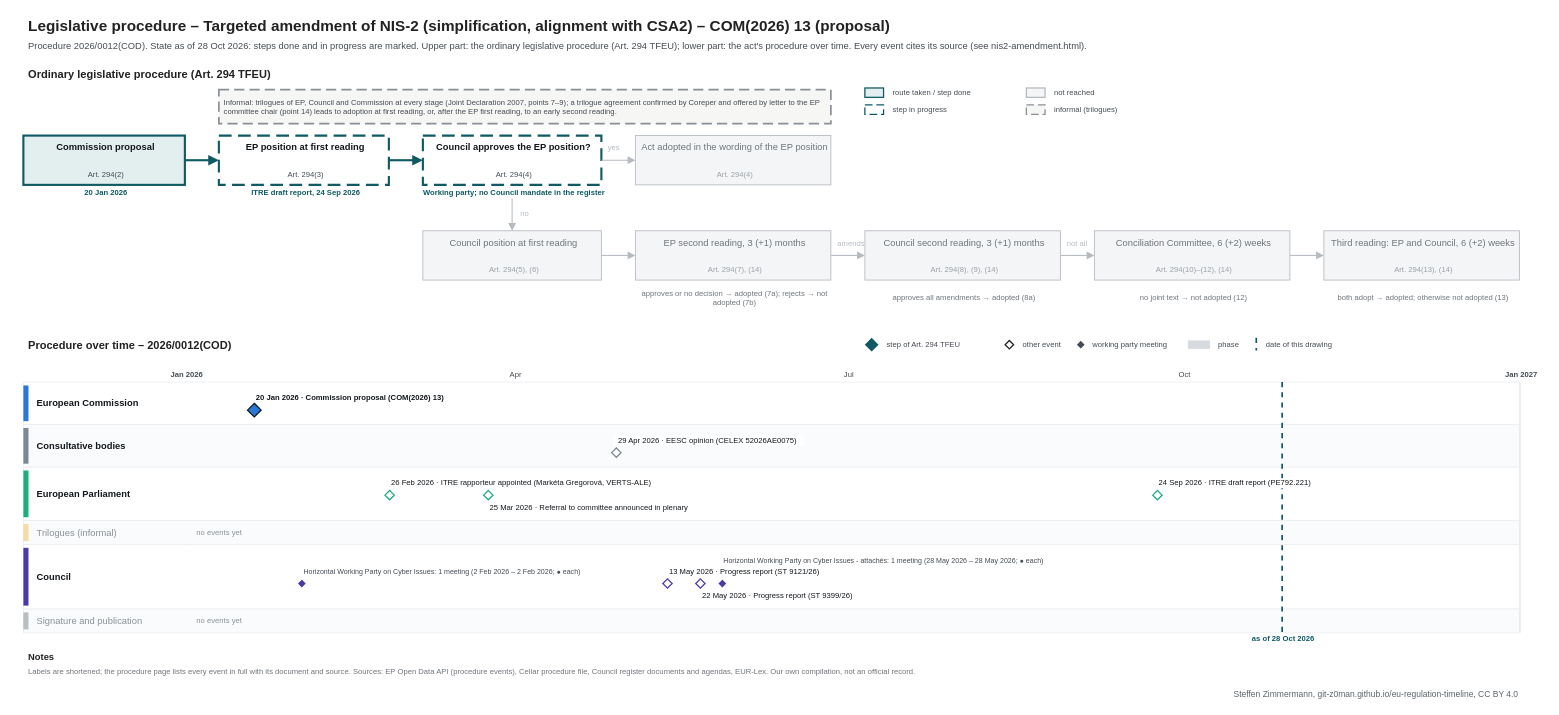
The draw.io diagram procedures/nis2-amendment.drawio in git-z0man/eu-regulation-timeline, before the edit. Source tidied: cells renumbered, new cells numbered last; positions are measured from the earlier drawing's top-left corner, leaving out a move shared by most shapes. Both pictures are drawn from the tidied source at 85%, with x=0, y=0 at pixel (14, 14).
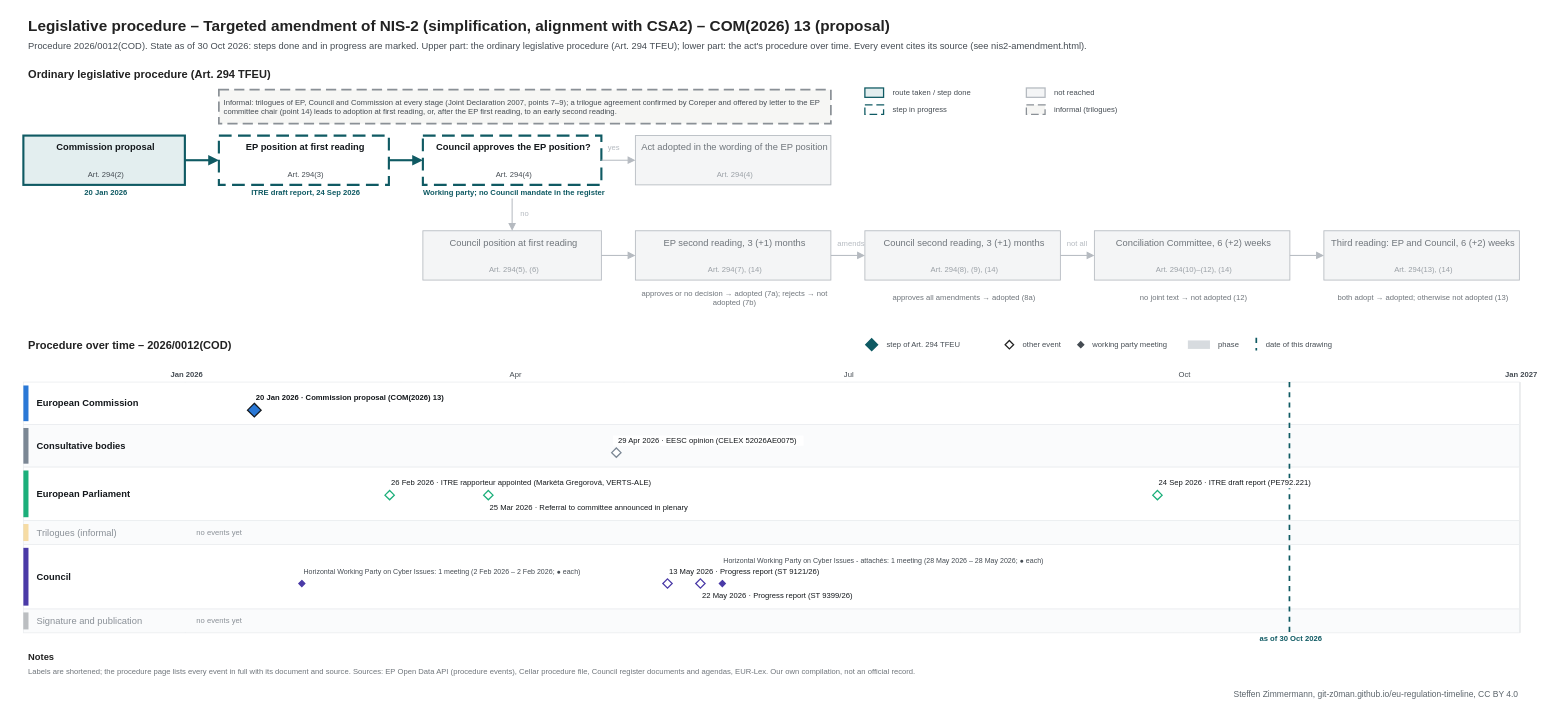
The same diagram, later.

Diff of the diagram source:
```diff
@@
-    <mxCell id="3" value="Procedure 2026/0012(COD). State as of 28 Oct 2026: steps done and in progress are marked. Upper part: the ordinary legislative procedure (Art. 294 TFEU); lower part: the act's procedure over time. Every event cites its source (see nis2-amendment.html)." style="text;html=1;fontSize=11;fontColor=#454c53;align=left;verticalAlign=middle;spacingLeft=4;" parent="1" vertex="1">
+    <mxCell id="3" value="Procedure 2026/0012(COD). State as of 30 Oct 2026: steps done and in progress are marked. Upper part: the ordinary legislative procedure (Art. 294 TFEU); lower part: the act's procedure over time. Every event cites its source (see nis2-amendment.html)." style="text;html=1;fontSize=11;fontColor=#454c53;align=left;verticalAlign=middle;spacingLeft=4;" parent="1" vertex="1">
       <mxGeometry x="10" y="28" width="1700" height="18" as="geometry" />
     </mxCell>
@@
     <mxCell id="110" style="line;html=1;strokeWidth=2;strokeColor=#0f5a63;direction=south;dashed=1;" parent="1" vertex="1">
-      <mxGeometry x="1490.4" y="432" width="1" height="295" as="geometry" />
+      <mxGeometry x="1499" y="432" width="1" height="295" as="geometry" />
     </mxCell>
-    <mxCell id="111" value="as of 28 Oct 2026" style="text;html=1;fontSize=9;fontColor=#0f5a63;align=center;verticalAlign=middle;spacingLeft=4;fontStyle=1;" parent="1" vertex="1">
-      <mxGeometry x="1430.4" y="728" width="120" height="12" as="geometry" />
+    <mxCell id="111" value="as of 30 Oct 2026" style="text;html=1;fontSize=9;fontColor=#0f5a63;align=center;verticalAlign=middle;spacingLeft=4;fontStyle=1;" parent="1" vertex="1">
+      <mxGeometry x="1439" y="728" width="120" height="12" as="geometry" />
     </mxCell>
```
